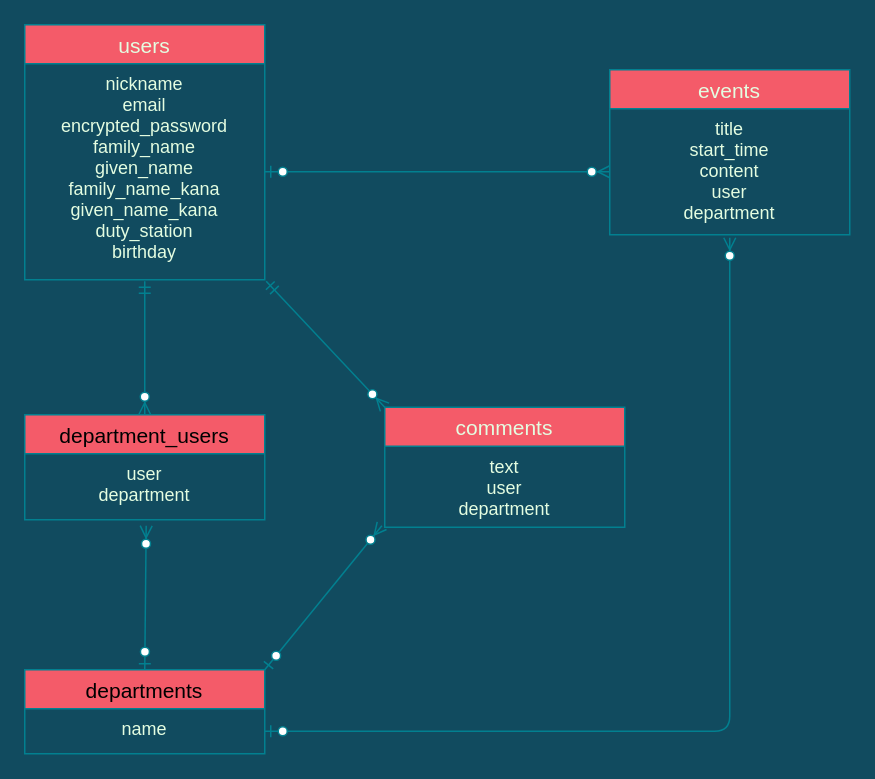
Above: powu.dio in EitaIchinose/powu (draw.io), before the change. Source tidied: cells renumbered, new cells numbered last; positions are measured from the earlier drawing's top-left corner, leaving out a move shared by most shapes. Both pictures are drawn from the tidied source at 150%, with x=0, y=0 at pixel (24, 24).
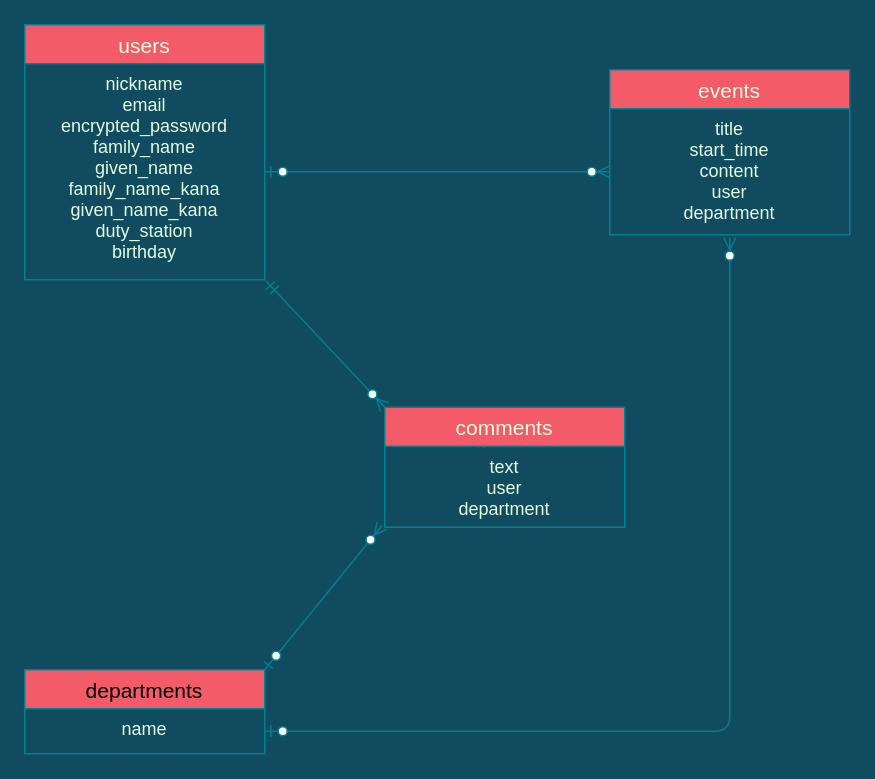
After the change.

Unchanged cells that the change refers to:
```xml
<mxCell id="8" value="departments" style="swimlane;fontStyle=0;horizontal=1;startSize=26;align=center;fontSize=14;rounded=0;sketch=0;strokeColor=#028090;fillColor=#F45B69;" parent="1" vertex="1">
  <mxGeometry y="430" width="160" height="56" as="geometry" />
</mxCell>
```

Diff of the diagram source:
```diff
@@
-    <mxCell id="11" value="department_users" style="swimlane;fontStyle=0;horizontal=1;startSize=26;align=center;fontSize=14;rounded=0;sketch=0;strokeColor=#028090;fillColor=#F45B69;" parent="1" vertex="1">
-      <mxGeometry y="260" width="160" height="70" as="geometry" />
-    </mxCell>
-    <mxCell id="12" value="user&#10;department" style="text;strokeColor=none;fillColor=none;spacingLeft=4;spacingRight=4;overflow=hidden;points=[[0,0.5],[1,0.5]];portConstraint=eastwest;fontSize=12;align=center;fontColor=#E4FDE1;" parent="11" vertex="1">
-      <mxGeometry y="26" width="160" height="44" as="geometry" />
-    </mxCell>
-    <mxCell id="13" style="fontSize=12;html=1;endArrow=ERzeroToMany;startArrow=ERmandOne;strokeColor=#028090;fillColor=#F45B69;align=left;entryX=0.5;entryY=0;entryDx=0;entryDy=0;" parent="1" edge="1" target="11">
-      <mxGeometry relative="1" as="geometry">
-        <mxPoint x="80" y="171" as="sourcePoint" />
-        <Array as="points">
-          <mxPoint x="80" y="260" />
-        </Array>
-      </mxGeometry>
-    </mxCell>
-    <mxCell id="14" style="fontSize=12;html=1;endArrow=ERzeroToMany;startArrow=ERzeroToOne;strokeColor=#028090;fillColor=#F45B69;align=left;entryX=0.506;entryY=1.091;entryDx=0;entryDy=0;entryPerimeter=0;exitX=0.5;exitY=0;exitDx=0;exitDy=0;" parent="1" edge="1" source="8" target="12">
-      <mxGeometry relative="1" as="geometry" />
-    </mxCell>
```
